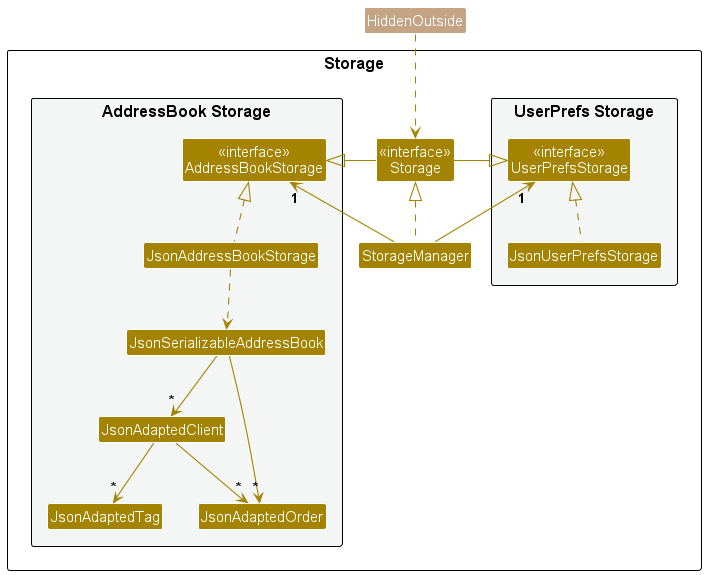
Before: docs/images/StorageClassDiagram.png, a diagram exported from PlantUML (shavonneg/tp).
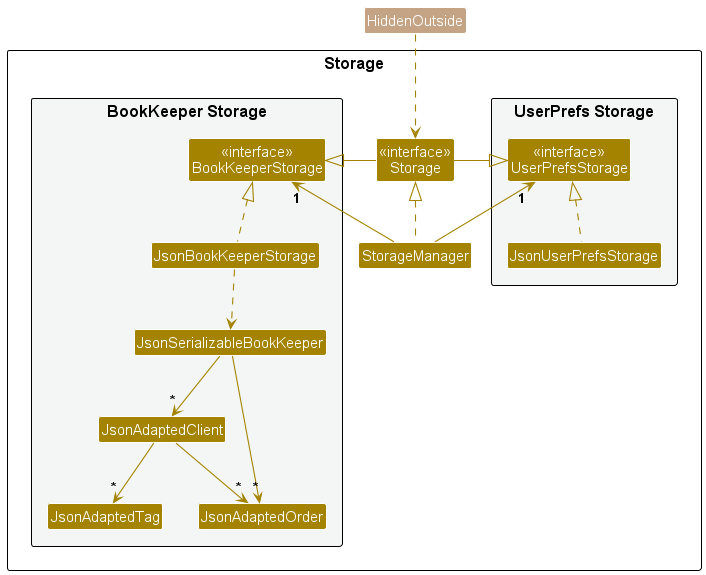
After the change.

Change to the diagram source:
```diff
@@ -14,10 +14,10 @@
 Class "<<interface>>\nStorage" as Storage
 Class StorageManager
 
-package "AddressBook Storage" #F4F6F6{
-Class "<<interface>>\nAddressBookStorage" as AddressBookStorage
-Class JsonAddressBookStorage
-Class JsonSerializableAddressBook
+package "BookKeeper Storage" #F4F6F6{
+Class "<<interface>>\nBookKeeperStorage" as BookKeeperStorage
+Class JsonBookKeeperStorage
+Class JsonSerializableBookKeeper
 Class JsonAdaptedClient
 Class JsonAdaptedTag
 Class JsonAdaptedOrder
@@ -30,16 +30,16 @@
 
 StorageManager .up.|> Storage
 StorageManager -up-> "1" UserPrefsStorage
-StorageManager -up-> "1" AddressBookStorage
+StorageManager -up-> "1" BookKeeperStorage
 
 Storage -left-|> UserPrefsStorage
-Storage -right-|> AddressBookStorage
+Storage -right-|> BookKeeperStorage
 
 JsonUserPrefsStorage .up.|> UserPrefsStorage
-JsonAddressBookStorage .up.|> AddressBookStorage
-JsonAddressBookStorage ..> JsonSerializableAddressBook
-JsonSerializableAddressBook --> "*" JsonAdaptedClient
-JsonSerializableAddressBook --> "*" JsonAdaptedOrder
+JsonBookKeeperStorage .up.|> BookKeeperStorage
+JsonBookKeeperStorage ..> JsonSerializableBookKeeper
+JsonSerializableBookKeeper --> "*" JsonAdaptedClient
+JsonSerializableBookKeeper --> "*" JsonAdaptedOrder
 JsonAdaptedClient --> "*" JsonAdaptedTag
 JsonAdaptedTag -[hidden]right-> JsonAdaptedOrder
 JsonAdaptedClient --> "*" JsonAdaptedOrder
```
